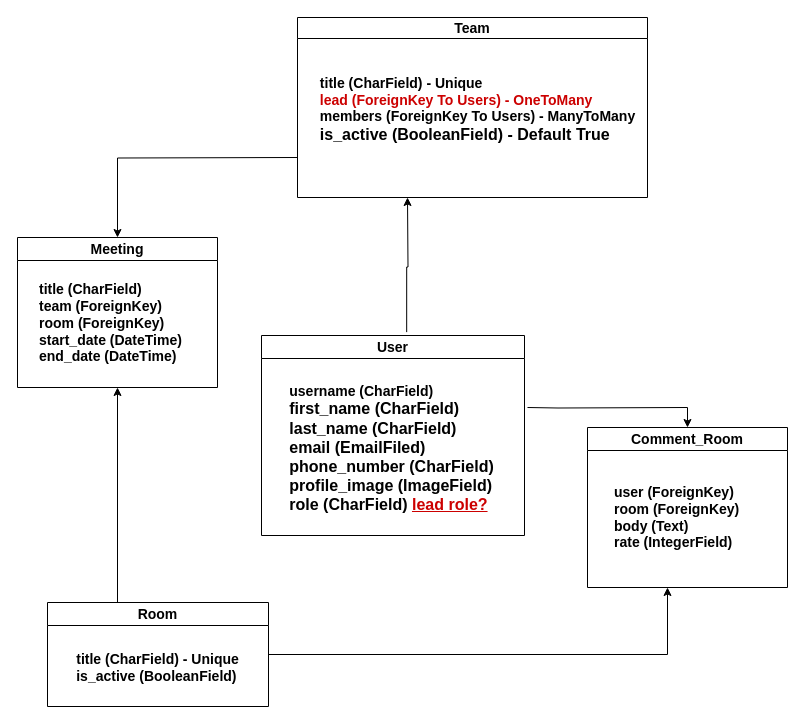
This is event-planner.drawio from mraghdasi/event-planner, a draw.io file, before an edit. Source tidied: cells renumbered, new cells numbered last; positions are measured from the earlier drawing's top-left corner, leaving out a move shared by most shapes. Both pictures are drawn from the tidied source at 100%, with x=0, y=0 at pixel (17, 17).
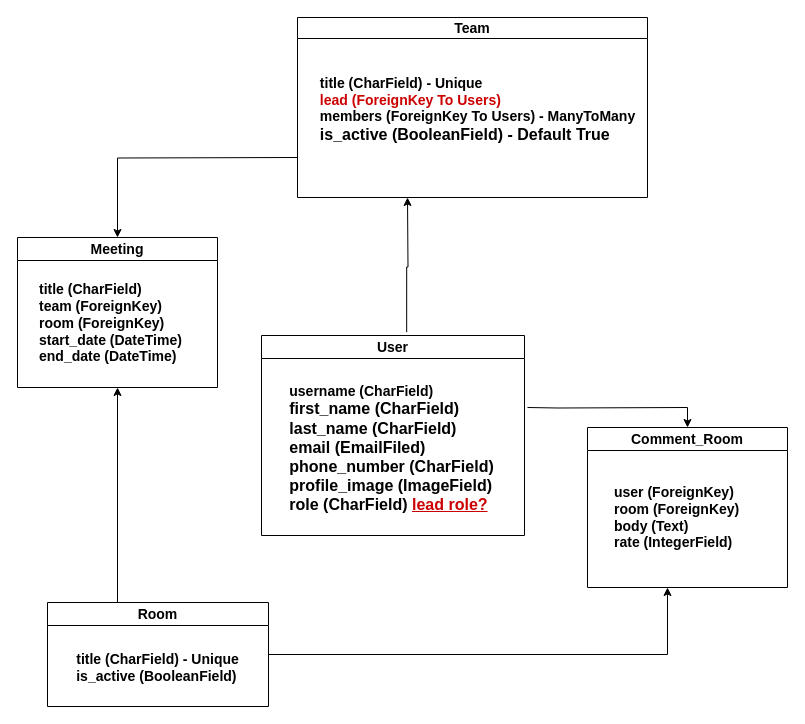
Above is the later version.

Unchanged cells that the change refers to:
```xml
<mxCell id="6" value="&lt;font style=&quot;font-size: 14px;&quot;&gt;Team&lt;/font&gt;" style="swimlane;whiteSpace=wrap;html=1;startSize=21;" parent="1" vertex="1">
  <mxGeometry x="280" width="350" height="180" as="geometry" />
</mxCell>
```

Diff of the diagram source:
```diff
@@
-    <mxCell id="7" value="&lt;div style=&quot;text-align: left;&quot;&gt;&lt;/div&gt;&lt;b style=&quot;border-color: var(--border-color);&quot;&gt;&lt;div style=&quot;text-align: left;&quot;&gt;&lt;b style=&quot;background-color: initial; border-color: var(--border-color);&quot;&gt;&lt;font style=&quot;font-size: 14px;&quot;&gt;&lt;b style=&quot;border-color: var(--border-color);&quot;&gt;title&amp;nbsp;&lt;/b&gt;(&lt;b style=&quot;font-size: 12px; background-color: initial; border-color: var(--border-color);&quot;&gt;&lt;font style=&quot;font-size: 14px;&quot;&gt;CharField&lt;/font&gt;&lt;/b&gt;) - Unique&lt;/font&gt;&lt;/b&gt;&lt;/div&gt;&lt;div style=&quot;text-align: left;&quot;&gt;&lt;b style=&quot;background-color: initial; border-color: var(--border-color);&quot;&gt;&lt;font style=&quot;font-size: 14px;&quot;&gt;&lt;font color=&quot;#cc0000&quot;&gt;lead (ForeignKey To Users) - OneToMany&lt;br&gt;&lt;/font&gt;&lt;b style=&quot;font-size: 12px; background-color: initial; border-color: var(--border-color);&quot;&gt;&lt;font style=&quot;font-size: 14px;&quot;&gt;&lt;b style=&quot;border-color: var(--border-color);&quot;&gt;members&amp;nbsp;&lt;/b&gt;(ForeignKey To Users) - ManyToMany&lt;/font&gt;&lt;/b&gt;&lt;br&gt;&lt;/font&gt;&lt;/b&gt;&lt;/div&gt;&lt;/b&gt;&lt;div style=&quot;&quot;&gt;&lt;/div&gt;&lt;b style=&quot;border-color: var(--border-color);&quot;&gt;&lt;div style=&quot;text-align: left;&quot;&gt;&lt;font size=&quot;3&quot;&gt;is_active (BooleanField&lt;/font&gt;&lt;span style=&quot;font-size: medium; background-color: initial;&quot;&gt;) - Default True&lt;/span&gt;&lt;/div&gt;&lt;/b&gt;" style="text;html=1;align=center;verticalAlign=middle;strokeColor=none;fillColor=none;" parent="6" vertex="1">
+    <mxCell id="7" value="&lt;div style=&quot;text-align: left;&quot;&gt;&lt;/div&gt;&lt;b style=&quot;border-color: var(--border-color);&quot;&gt;&lt;div style=&quot;text-align: left;&quot;&gt;&lt;b style=&quot;background-color: initial; border-color: var(--border-color);&quot;&gt;&lt;font style=&quot;font-size: 14px;&quot;&gt;&lt;b style=&quot;border-color: var(--border-color);&quot;&gt;title&amp;nbsp;&lt;/b&gt;(&lt;b style=&quot;font-size: 12px; background-color: initial; border-color: var(--border-color);&quot;&gt;&lt;font style=&quot;font-size: 14px;&quot;&gt;CharField&lt;/font&gt;&lt;/b&gt;) - Unique&lt;/font&gt;&lt;/b&gt;&lt;/div&gt;&lt;div style=&quot;text-align: left;&quot;&gt;&lt;b style=&quot;background-color: initial; border-color: var(--border-color);&quot;&gt;&lt;font style=&quot;font-size: 14px;&quot;&gt;&lt;font color=&quot;#cc0000&quot;&gt;lead (ForeignKey To Users)&lt;br&gt;&lt;/font&gt;&lt;b style=&quot;font-size: 12px; background-color: initial; border-color: var(--border-color);&quot;&gt;&lt;font style=&quot;font-size: 14px;&quot;&gt;&lt;b style=&quot;border-color: var(--border-color);&quot;&gt;members&amp;nbsp;&lt;/b&gt;(ForeignKey To Users) - ManyToMany&lt;/font&gt;&lt;/b&gt;&lt;br&gt;&lt;/font&gt;&lt;/b&gt;&lt;/div&gt;&lt;/b&gt;&lt;div style=&quot;&quot;&gt;&lt;/div&gt;&lt;b style=&quot;border-color: var(--border-color);&quot;&gt;&lt;div style=&quot;text-align: left;&quot;&gt;&lt;font size=&quot;3&quot;&gt;is_active (BooleanField&lt;/font&gt;&lt;span style=&quot;font-size: medium; background-color: initial;&quot;&gt;) - Default True&lt;/span&gt;&lt;/div&gt;&lt;/b&gt;" style="text;html=1;align=center;verticalAlign=middle;strokeColor=none;fillColor=none;" parent="6" vertex="1">
       <mxGeometry x="10" y="52" width="340" height="80" as="geometry" />
     </mxCell>
```
